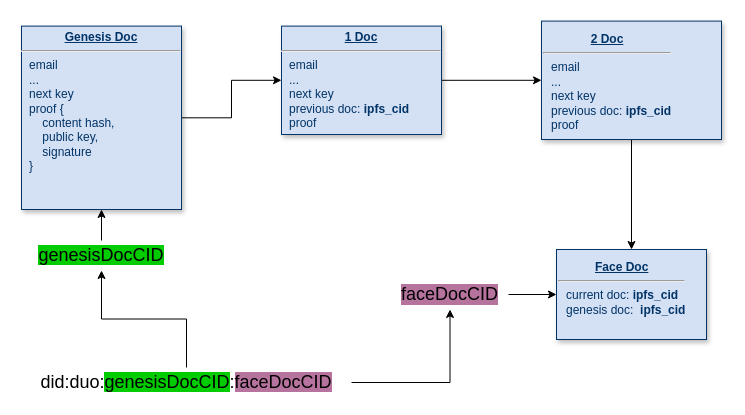
Above: Untitled Diagram.drawio in m1chev/.dotfilesLinux (draw.io), before the change. Source tidied: cells renumbered, new cells numbered last; positions are measured from the earlier drawing's top-left corner, leaving out a move shared by most shapes. Both pictures are drawn from the tidied source at 100%, with x=0, y=0 at pixel (21, 21).
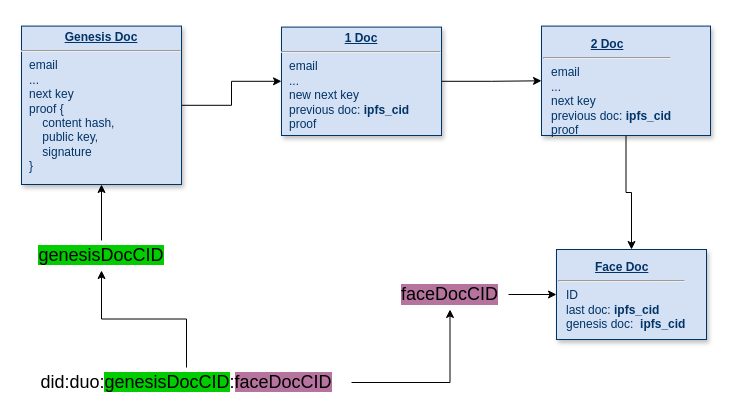
The same diagram, later.

Commit message:
not sure

Change to the diagram source:
```diff
@@
 <mxGraphModel>
   <root>
     <mxCell id="0" />
     <mxCell id="1" parent="0" />
     <mxCell id="2" style="edgeStyle=orthogonalEdgeStyle;rounded=0;jettySize=auto;html=1;" parent="1" edge="1" source="3" target="7">
       <mxGeometry relative="1" as="geometry" />
     </mxCell>
-    <mxCell id="3" value="&lt;p style=&quot;margin: 0px; margin-top: 4px; text-align: center; text-decoration: underline;&quot;&gt;&lt;strong&gt;1 Doc&lt;br&gt;&lt;/strong&gt;&lt;/p&gt;&lt;hr&gt;&lt;p style=&quot;margin: 0px; margin-left: 8px;&quot;&gt;email&lt;/p&gt;&lt;p style=&quot;margin: 0px; margin-left: 8px;&quot;&gt;...&lt;br&gt;&lt;/p&gt;&lt;p style=&quot;margin: 0px; margin-left: 8px;&quot;&gt;next key&lt;/p&gt;&lt;p style=&quot;margin: 0px; margin-left: 8px;&quot;&gt;previous doc: &lt;b&gt;ipfs_cid&lt;/b&gt;&lt;br&gt;&lt;/p&gt;&lt;p style=&quot;margin: 0px; margin-left: 8px;&quot;&gt;proof&lt;br&gt;&lt;/p&gt;" style="verticalAlign=top;align=left;overflow=fill;fontSize=12;fontFamily=Helvetica;html=1;strokeColor=#003366;shadow=1;fillColor=#D4E1F5;fontColor=#003366;" parent="1" vertex="1">
-      <mxGeometry x="260" y="4.6" width="160" height="108.4" as="geometry" />
+    <mxCell id="3" value="&lt;p style=&quot;margin: 0px; margin-top: 4px; text-align: center; text-decoration: underline;&quot;&gt;&lt;strong&gt;1 Doc&lt;br&gt;&lt;/strong&gt;&lt;/p&gt;&lt;hr&gt;&lt;p style=&quot;margin: 0px; margin-left: 8px;&quot;&gt;email&lt;/p&gt;&lt;p style=&quot;margin: 0px; margin-left: 8px;&quot;&gt;...&lt;br&gt;&lt;/p&gt;&lt;p style=&quot;margin: 0px; margin-left: 8px;&quot;&gt;new next key&lt;/p&gt;&lt;p style=&quot;margin: 0px; margin-left: 8px;&quot;&gt;previous doc: &lt;b&gt;ipfs_cid&lt;/b&gt;&lt;br&gt;&lt;/p&gt;&lt;p style=&quot;margin: 0px; margin-left: 8px;&quot;&gt;proof&lt;br&gt;&lt;/p&gt;" style="verticalAlign=top;align=left;overflow=fill;fontSize=12;fontFamily=Helvetica;html=1;strokeColor=#003366;shadow=1;fillColor=#D4E1F5;fontColor=#003366;" parent="1" vertex="1">
+      <mxGeometry x="260" y="5.6" width="160" height="108.4" as="geometry" />
     </mxCell>
     <mxCell id="4" style="edgeStyle=orthogonalEdgeStyle;rounded=0;jettySize=auto;html=1;" parent="1" edge="1" source="5" target="3">
       <mxGeometry relative="1" as="geometry" />
     </mxCell>
     <mxCell id="5" value="&lt;p style=&quot;margin: 0px; margin-top: 4px; text-align: center; text-decoration: underline;&quot;&gt;&lt;strong&gt;Genesis Doc&lt;br&gt;&lt;/strong&gt;&lt;/p&gt;&lt;hr&gt;&lt;p style=&quot;margin: 0px; margin-left: 8px;&quot;&gt;email&lt;/p&gt;&lt;p style=&quot;margin: 0px; margin-left: 8px;&quot;&gt;...&lt;br&gt;&lt;/p&gt;&lt;p style=&quot;margin: 0px; margin-left: 8px;&quot;&gt;next key&lt;/p&gt;&lt;p style=&quot;margin: 0px; margin-left: 8px;&quot;&gt;proof {&lt;/p&gt;&lt;p style=&quot;margin: 0px; margin-left: 8px;&quot;&gt;&amp;nbsp;&amp;nbsp;&amp;nbsp; content hash,&lt;/p&gt;&lt;p style=&quot;margin: 0px; margin-left: 8px;&quot;&gt;&amp;nbsp;&amp;nbsp;&amp;nbsp; public key,&lt;/p&gt;&lt;p style=&quot;margin: 0px; margin-left: 8px;&quot;&gt;&amp;nbsp;&amp;nbsp;&amp;nbsp; signature&lt;br&gt;&lt;/p&gt;&lt;p style=&quot;margin: 0px; margin-left: 8px;&quot;&gt;}&lt;br&gt;&lt;/p&gt;" style="verticalAlign=top;align=left;overflow=fill;fontSize=12;fontFamily=Helvetica;html=1;strokeColor=#003366;shadow=1;fillColor=#D4E1F5;fontColor=#003366;" parent="1" vertex="1">
-      <mxGeometry y="4.6" width="160" height="183.4" as="geometry" />
+      <mxGeometry y="4.6" width="160" height="158.4" as="geometry" />
     </mxCell>
     <mxCell id="6" style="edgeStyle=orthogonalEdgeStyle;rounded=0;jettySize=auto;html=1;" parent="1" edge="1" source="7" target="8">
       <mxGeometry relative="1" as="geometry" />
     </mxCell>
     <mxCell id="7" value="&lt;p style=&quot;margin: 0px; margin-top: 4px; text-align: center; text-decoration: underline;&quot;&gt;&lt;strong&gt;2 Doc&lt;br&gt;&lt;/strong&gt;&lt;/p&gt;&lt;hr&gt;&lt;p style=&quot;margin: 0px; margin-left: 8px;&quot;&gt;email&lt;/p&gt;&lt;p style=&quot;margin: 0px; margin-left: 8px;&quot;&gt;...&lt;br&gt;&lt;/p&gt;&lt;p style=&quot;margin: 0px; margin-left: 8px;&quot;&gt;next key&lt;br&gt;&lt;/p&gt;&lt;p style=&quot;margin: 0px; margin-left: 8px;&quot;&gt;previous doc: &lt;b&gt;ipfs_cid&lt;/b&gt;&lt;/p&gt;&lt;p style=&quot;margin: 0px; margin-left: 8px;&quot;&gt;proof&lt;br&gt;&lt;/p&gt;" style="whiteSpace=wrap;html=1;align=left;verticalAlign=top;fillColor=#D4E1F5;strokeColor=#003366;fontColor=#003366;shadow=1;" parent="1" vertex="1">
-      <mxGeometry x="520" y="-0.4" width="180" height="118.4" as="geometry" />
+      <mxGeometry x="520" y="4.6" width="169" height="109.4" as="geometry" />
     </mxCell>
-    <mxCell id="8" value="&lt;p align=&quot;center&quot; style=&quot;margin: 4px 0px 0px; text-decoration: underline;&quot;&gt;&lt;strong&gt;Face Doc&lt;br&gt;&lt;/strong&gt;&lt;/p&gt;&lt;hr align=&quot;left&quot;&gt;&lt;p align=&quot;left&quot; style=&quot;margin: 0px; margin-left: 8px;&quot;&gt;current doc: &lt;b&gt;ipfs_cid&lt;/b&gt;&lt;/p&gt;&lt;p align=&quot;left&quot; style=&quot;margin: 0px; margin-left: 8px;&quot;&gt;genesis doc:&amp;nbsp; &lt;b&gt;ipfs_cid&lt;/b&gt;&lt;/p&gt;" style="whiteSpace=wrap;html=1;align=left;verticalAlign=top;fillColor=#D4E1F5;strokeColor=#003366;fontColor=#003366;shadow=1;" parent="1" vertex="1">
+    <mxCell id="8" value="&lt;p align=&quot;center&quot; style=&quot;margin: 4px 0px 0px; text-decoration: underline;&quot;&gt;&lt;strong&gt;Face Doc&lt;br&gt;&lt;/strong&gt;&lt;/p&gt;&lt;hr align=&quot;left&quot;&gt;&lt;p align=&quot;left&quot; style=&quot;margin: 0px; margin-left: 8px;&quot;&gt;ID&lt;br&gt;&lt;/p&gt;&lt;p align=&quot;left&quot; style=&quot;margin: 0px; margin-left: 8px;&quot;&gt;last doc: &lt;b&gt;ipfs_cid&lt;/b&gt;&lt;/p&gt;&lt;p align=&quot;left&quot; style=&quot;margin: 0px; margin-left: 8px;&quot;&gt;genesis doc:&amp;nbsp; &lt;b&gt;ipfs_cid&lt;/b&gt;&lt;/p&gt;" style="whiteSpace=wrap;html=1;align=left;verticalAlign=top;fillColor=#D4E1F5;strokeColor=#003366;fontColor=#003366;shadow=1;" parent="1" vertex="1">
       <mxGeometry x="535" y="228" width="150" height="90" as="geometry" />
     </mxCell>
     <mxCell id="9" style="edgeStyle=orthogonalEdgeStyle;rounded=0;jettySize=auto;html=1;" parent="1" edge="1" source="11" target="13">
       <mxGeometry relative="1" as="geometry" />
     </mxCell>
     <mxCell id="10" style="edgeStyle=orthogonalEdgeStyle;rounded=0;jettySize=auto;html=1;" parent="1" edge="1" source="11" target="15">
       <mxGeometry relative="1" as="geometry" />
     </mxCell>
     <mxCell id="11" value="&lt;div style=&quot;font-size: 18px;&quot;&gt;did:duo:&lt;span style=&quot;background-color: rgb(0, 204, 0); --darkreader-inline-bgcolor: #00a300;&quot;&gt;genesisDocCID&lt;/span&gt;:&lt;span style=&quot;background-color: rgb(181, 115, 157); --darkreader-inline-bgcolor: #753e61;&quot;&gt;faceDocCID&lt;/span&gt;&lt;/div&gt;" style="text;html=1;strokeColor=none;fillColor=none;align=center;verticalAlign=middle;whiteSpace=wrap;rounded=0;fontSize=18;" parent="1" vertex="1">
       <mxGeometry y="346" width="330" height="30" as="geometry" />
     </mxCell>
     <mxCell id="12" style="edgeStyle=orthogonalEdgeStyle;rounded=0;jettySize=auto;html=1;" parent="1" edge="1" source="13" target="8">
       <mxGeometry relative="1" as="geometry" />
     </mxCell>
     <mxCell id="13" value="&lt;div style=&quot;font-size: 18px;&quot;&gt;faceDocCID&lt;/div&gt;" style="text;html=1;strokeColor=none;fillColor=none;align=center;verticalAlign=middle;whiteSpace=wrap;rounded=0;fontSize=18;labelBackgroundColor=#B5739D;" parent="1" vertex="1">
       <mxGeometry x="370" y="258" width="117" height="30" as="geometry" />
     </mxCell>
     <mxCell id="14" style="edgeStyle=orthogonalEdgeStyle;rounded=0;jettySize=auto;html=1;" parent="1" edge="1" source="15" target="5">
       <mxGeometry relative="1" as="geometry" />
     </mxCell>
     <mxCell id="15" value="&lt;div style=&quot;font-size: 18px;&quot;&gt;&lt;span style=&quot;background-color: rgb(0, 204, 0); --darkreader-inline-bgcolor: #00a300;&quot;&gt;genesisDocCID&lt;/span&gt;&lt;/div&gt;" style="text;html=1;strokeColor=none;fillColor=none;align=center;verticalAlign=middle;whiteSpace=wrap;rounded=0;fontSize=18;" parent="1" vertex="1">
       <mxGeometry x="14" y="219" width="132" height="30" as="geometry" />
     </mxCell>
   </root>
 </mxGraphModel>
```
